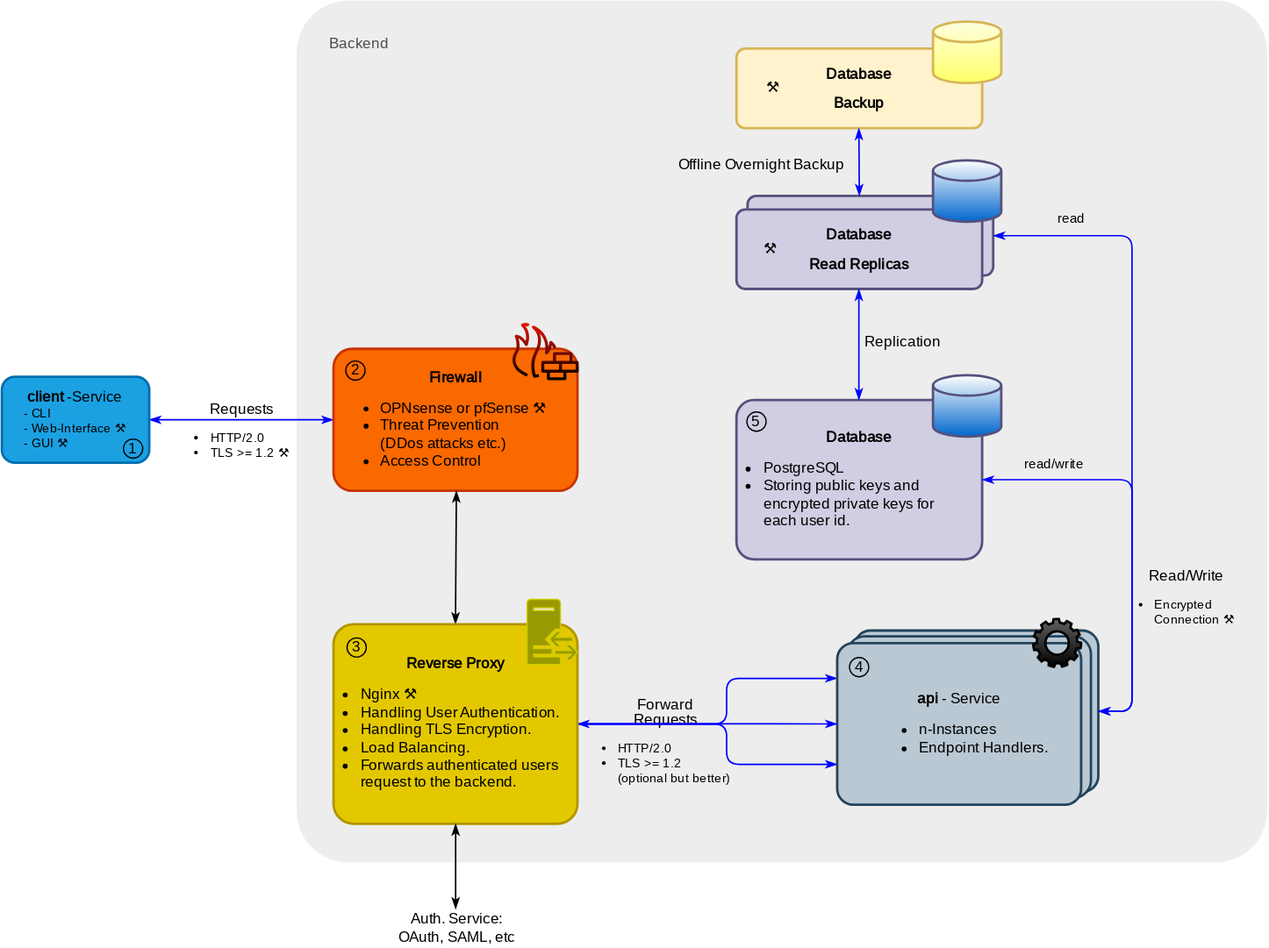
The draw.io diagram docs/assets/deployment.drawio.svg in gabyx/ki-kist, before a commit. Source tidied: cells renumbered, new cells last; positions are measured from the earlier drawing's top-left corner, leaving out a move shared by most shapes.
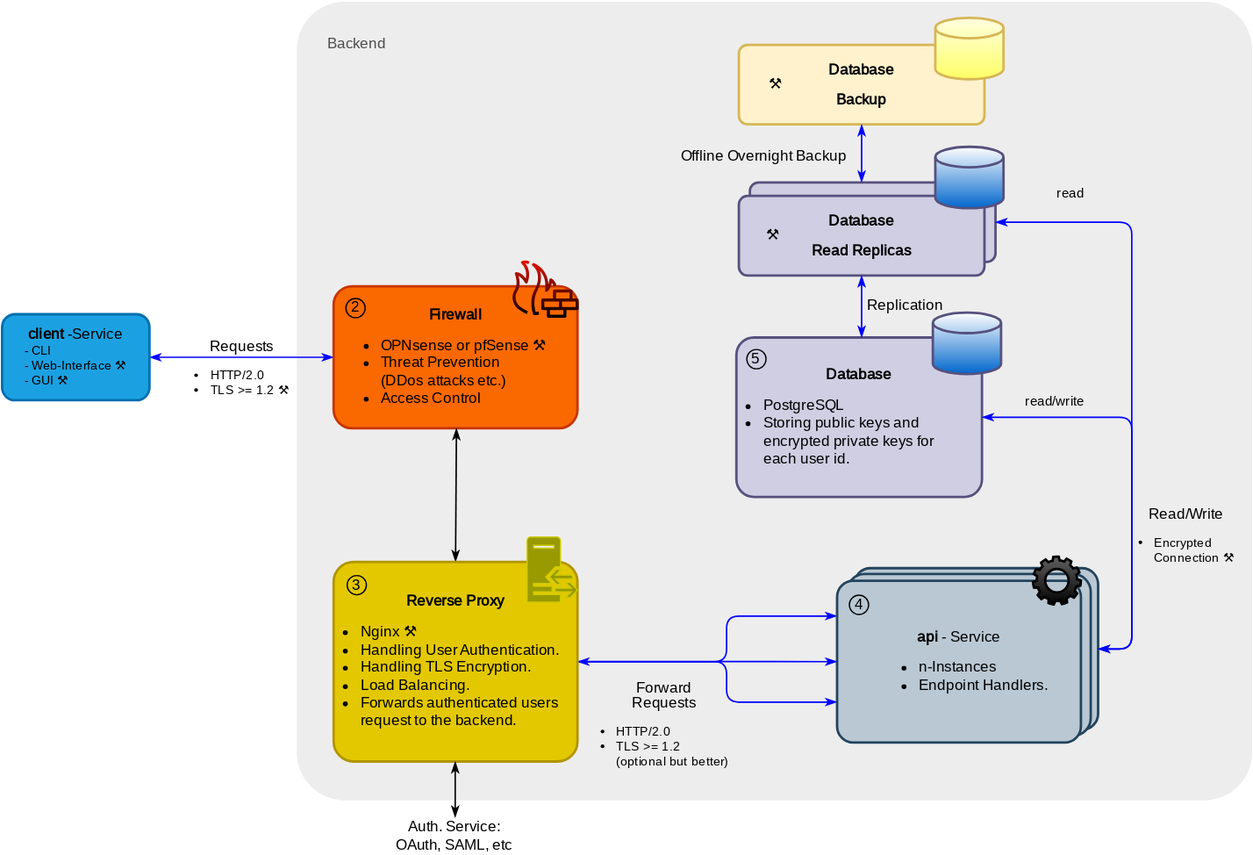
The same file after the commit.

What changed in the source:
```diff
@@ -3,10 +3,10 @@
     <mxCell id="0" />
     <mxCell id="1" parent="0" />
     <mxCell id="2" style="rounded=1;whiteSpace=wrap;html=1;strokeWidth=2;fontFamily=Fira Sans;fontSource=https%3A%2F%2Ffonts.googleapis.com%2Fcss%3Ffamily%3DFira%2BSans;fontSize=10;fillColor=#EDEDED;strokeColor=none;arcSize=6;" parent="1" vertex="1">
-      <mxGeometry x="240" width="790" height="702" as="geometry" />
+      <mxGeometry x="240" y="52" width="778" height="650" as="geometry" />
     </mxCell>
     <mxCell id="3" value="&lt;p style=&quot;line-height: 100%;&quot;&gt;&lt;span style=&quot;font-family: &amp;quot;Fira Sans&amp;quot;; text-align: left; background-color: initial;&quot;&gt;&lt;b&gt;Database&lt;/b&gt;&lt;/span&gt;&lt;/p&gt;&lt;p style=&quot;line-height: 100%;&quot;&gt;&lt;span style=&quot;font-family: &amp;quot;Fira Sans&amp;quot;; text-align: left; background-color: initial;&quot;&gt;&lt;b&gt;Replicas&lt;/b&gt;&lt;/span&gt;&lt;/p&gt;&lt;p&gt;&lt;/p&gt;" style="rounded=1;whiteSpace=wrap;html=1;strokeWidth=2;fillColor=#d0cee2;strokeColor=#56517e;spacing=10;arcSize=11;fontFamily=Fira Sans;fontSource=https%3A%2F%2Ffonts.googleapis.com%2Fcss%3Ffamily%3DFira%2BSans;" parent="1" vertex="1">
-      <mxGeometry x="607" y="159" width="200" height="64.8" as="geometry" />
+      <mxGeometry x="609" y="199" width="200" height="64.8" as="geometry" />
     </mxCell>
     <mxCell id="4" value="&lt;font style=&quot;font-size: 12px;&quot;&gt;&lt;p style=&quot;border-color: var(--border-color); line-height: 12px;&quot;&gt;&lt;font style=&quot;border-color: var(--border-color); font-size: 12px;&quot; face=&quot;Fira Sans&quot;&gt;Requests&lt;/font&gt;&lt;/p&gt;&lt;div style=&quot;border-color: var(--border-color); text-align: left; font-size: 10px;&quot;&gt;&lt;ul style=&quot;border-color: var(--border-color); padding-left: 10pt;&quot;&gt;&lt;li&gt;HTTP/2.0&lt;br&gt;&lt;/li&gt;&lt;li style=&quot;border-color: var(--border-color);&quot;&gt;&lt;font style=&quot;border-color: var(--border-color); font-size: 10px;&quot; face=&quot;Fira Sans&quot;&gt;TLS &amp;gt;= 1.2 ⚒&amp;nbsp;&lt;/font&gt;&lt;/li&gt;&lt;/ul&gt;&lt;/div&gt;&lt;/font&gt;" style="edgeStyle=elbowEdgeStyle;html=1;exitX=1;exitY=0.5;exitDx=0;exitDy=0;entryX=0;entryY=0.5;entryDx=0;entryDy=0;startArrow=classicThin;startFill=1;endArrow=classicThin;endFill=1;strokeWidth=1.2;fontFamily=Fira Sans;fontSource=https%3A%2F%2Ffonts.googleapis.com%2Fcss%3Ffamily%3DFira%2BSans;strokeColor=#0000FF;labelBackgroundColor=none;" parent="1" edge="1" source="5" target="8">
       <mxGeometry y="-8" relative="1" as="geometry">
@@ -19,7 +19,7 @@
       <mxGeometry y="306.3" width="120" height="70" as="geometry" />
     </mxCell>
     <mxCell id="6" value="&lt;font style=&quot;font-size: 12px;&quot;&gt;&lt;p style=&quot;border-color: var(--border-color); line-height: 12px;&quot;&gt;&lt;font style=&quot;border-color: var(--border-color); font-size: 12px;&quot; face=&quot;Fira Sans&quot;&gt;Forward&lt;br&gt;&lt;/font&gt;Requests&lt;/p&gt;&lt;div style=&quot;border-color: var(--border-color); text-align: left; font-size: 10px;&quot;&gt;&lt;ul style=&quot;border-color: var(--border-color); padding-left: 10pt;&quot;&gt;&lt;li&gt;HTTP/2.0&lt;br&gt;&lt;/li&gt;&lt;li style=&quot;border-color: var(--border-color);&quot;&gt;&lt;font style=&quot;border-color: var(--border-color); font-size: 10px;&quot; face=&quot;Fira Sans&quot;&gt;TLS &amp;gt;= 1.2 &lt;br&gt;(optional but better)&lt;/font&gt;&lt;/li&gt;&lt;/ul&gt;&lt;/div&gt;&lt;/font&gt;" style="edgeStyle=elbowEdgeStyle;html=1;exitX=1;exitY=0.5;exitDx=0;exitDy=0;startArrow=classicThin;startFill=1;endArrow=classicThin;endFill=1;strokeWidth=1.2;fontFamily=Fira Sans;fontSource=https%3A%2F%2Ffonts.googleapis.com%2Fcss%3Ffamily%3DFira%2BSans;labelBackgroundColor=none;strokeColor=#0000FF;" parent="1" edge="1">
-      <mxGeometry x="-0.43" y="-13" relative="1" as="geometry">
+      <mxGeometry x="-0.43" y="-50" relative="1" as="geometry">
         <mxPoint x="468.6" y="589.1" as="sourcePoint" />
         <mxPoint x="680" y="552" as="targetPoint" />
         <Array as="points">
@@ -59,7 +59,7 @@
       <mxGeometry x="-79" y="23" width="15.7" height="15.7" as="geometry" />
     </mxCell>
     <mxCell id="16" value="Backend" style="text;html=1;strokeColor=none;fillColor=none;align=center;verticalAlign=middle;whiteSpace=wrap;rounded=0;strokeWidth=2;fontFamily=Fira Sans;fontSource=https%3A%2F%2Ffonts.googleapis.com%2Fcss%3Ffamily%3DFira%2BSans;fontSize=12;fontColor=#4D4D4D;" parent="1" vertex="1">
-      <mxGeometry x="261" y="20" width="60" height="30" as="geometry" />
+      <mxGeometry x="258.8" y="71" width="60" height="30" as="geometry" />
     </mxCell>
     <mxCell id="17" value="&lt;font style=&quot;font-size: 12px;&quot;&gt;&lt;p style=&quot;border-color: var(--border-color); line-height: 12px;&quot;&gt;&lt;br&gt;&lt;/p&gt;&lt;/font&gt;" style="edgeStyle=elbowEdgeStyle;html=1;entryX=0;entryY=0.75;entryDx=0;entryDy=0;startArrow=none;startFill=0;endArrow=classicThin;endFill=1;strokeWidth=1.2;fontFamily=Fira Sans;fontSource=https%3A%2F%2Ffonts.googleapis.com%2Fcss%3Ffamily%3DFira%2BSans;labelBackgroundColor=none;strokeColor=#0000FF;exitX=1;exitY=0.5;exitDx=0;exitDy=0;" parent="1" edge="1" source="37" target="21">
       <mxGeometry x="0.31" y="-61" relative="1" as="geometry">
@@ -98,14 +98,11 @@
         <mxPoint x="-8" y="-12" as="offset" />
       </mxGeometry>
     </mxCell>
-    <mxCell id="26" value="1" style="ellipse;whiteSpace=wrap;html=1;labelBackgroundColor=none;strokeWidth=1;fontFamily=Fira Sans;fontSource=https%3A%2F%2Ffonts.googleapis.com%2Fcss%3Ffamily%3DFira%2BSans;fontSize=12;fillColor=none;" parent="1" vertex="1">
-      <mxGeometry x="99" y="357" width="15.7" height="15.7" as="geometry" />
-    </mxCell>
     <mxCell id="27" value="&lt;p style=&quot;line-height: 100%;&quot;&gt;&lt;span style=&quot;font-family: &amp;quot;Fira Sans&amp;quot;; text-align: left; background-color: initial;&quot;&gt;&lt;b&gt;Database&lt;/b&gt;&lt;/span&gt;&lt;/p&gt;&lt;p style=&quot;line-height: 100%;&quot;&gt;&lt;span style=&quot;font-family: &amp;quot;Fira Sans&amp;quot;; text-align: left; background-color: initial;&quot;&gt;&lt;b&gt;Backup&lt;/b&gt;&lt;/span&gt;&lt;/p&gt;&lt;p&gt;&lt;/p&gt;" style="rounded=1;whiteSpace=wrap;html=1;strokeWidth=2;fillColor=#fff2cc;strokeColor=#d6b656;spacing=10;arcSize=11;fontFamily=Fira Sans;fontSource=https%3A%2F%2Ffonts.googleapis.com%2Fcss%3Ffamily%3DFira%2BSans;" parent="1" vertex="1">
-      <mxGeometry x="598" y="39" width="200" height="64.8" as="geometry" />
+      <mxGeometry x="600" y="87" width="200" height="64.8" as="geometry" />
     </mxCell>
     <mxCell id="28" value="&lt;p style=&quot;line-height: 100%;&quot;&gt;&lt;span style=&quot;font-family: &amp;quot;Fira Sans&amp;quot;; text-align: left; background-color: initial;&quot;&gt;&lt;b&gt;Database&lt;/b&gt;&lt;/span&gt;&lt;/p&gt;&lt;p style=&quot;line-height: 100%;&quot;&gt;&lt;span style=&quot;font-family: &amp;quot;Fira Sans&amp;quot;; text-align: left; background-color: initial;&quot;&gt;&lt;b&gt;Read Replicas&lt;/b&gt;&lt;/span&gt;&lt;/p&gt;&lt;p&gt;&lt;/p&gt;" style="rounded=1;whiteSpace=wrap;html=1;strokeWidth=2;fillColor=#d0cee2;strokeColor=#56517e;spacing=10;arcSize=11;fontFamily=Fira Sans;fontSource=https%3A%2F%2Ffonts.googleapis.com%2Fcss%3Ffamily%3DFira%2BSans;" parent="1" vertex="1">
-      <mxGeometry x="598" y="170" width="200" height="64.8" as="geometry" />
+      <mxGeometry x="600" y="210" width="200" height="64.8" as="geometry" />
     </mxCell>
     <mxCell id="29" value="&lt;font style=&quot;font-size: 12px;&quot;&gt;&lt;p style=&quot;border-color: var(--border-color); line-height: 12px;&quot;&gt;&lt;br&gt;&lt;/p&gt;&lt;/font&gt;" style="edgeStyle=elbowEdgeStyle;html=1;startArrow=classicThin;startFill=1;endArrow=classicThin;endFill=1;strokeWidth=1.2;fontFamily=Fira Sans;fontSource=https%3A%2F%2Ffonts.googleapis.com%2Fcss%3Ffamily%3DFira%2BSans;labelBackgroundColor=none;strokeColor=#0000FF;exitX=1;exitY=0.5;exitDx=0;exitDy=0;entryX=1;entryY=0.5;entryDx=0;entryDy=0;" parent="1" edge="1" source="19" target="3">
       <mxGeometry x="0.12" y="-32" relative="1" as="geometry">
@@ -123,21 +120,21 @@
       <mxGeometry x="0.06" y="-35" relative="1" as="geometry" />
     </mxCell>
     <mxCell id="32" style="strokeWidth=2;html=1;shape=mxgraph.flowchart.database;whiteSpace=wrap;labelBackgroundColor=none;labelBorderColor=none;fontColor=default;gradientColor=#0066CC;strokeColor=#56517E;" parent="1" vertex="1">
-      <mxGeometry x="758" y="130" width="55.5" height="50" as="geometry" />
+      <mxGeometry x="760" y="170" width="55.5" height="50" as="geometry" />
     </mxCell>
     <mxCell id="33" value="&lt;font style=&quot;&quot;&gt;&lt;p style=&quot;border-color: var(--border-color); line-height: 12px;&quot;&gt;&lt;span style=&quot;background-color: initial; text-align: left; font-size: 12px;&quot;&gt;Offline Overnight Backup&lt;/span&gt;&lt;/p&gt;&lt;/font&gt;" style="edgeStyle=elbowEdgeStyle;html=1;startArrow=classicThin;startFill=1;endArrow=classicThin;endFill=1;strokeWidth=1.2;fontFamily=Fira Sans;fontSource=https%3A%2F%2Ffonts.googleapis.com%2Fcss%3Ffamily%3DFira%2BSans;labelBackgroundColor=none;strokeColor=#0000FF;" parent="1" edge="1" target="27">
       <mxGeometry x="-0.06" y="80" relative="1" as="geometry">
-        <mxPoint x="698" y="159" as="sourcePoint" />
+        <mxPoint x="700" y="199" as="sourcePoint" />
       </mxGeometry>
     </mxCell>
     <mxCell id="34" style="strokeWidth=2;html=1;shape=mxgraph.flowchart.database;whiteSpace=wrap;labelBackgroundColor=none;labelBorderColor=none;strokeColor=#d6b656;fillColor=#FEFFE0;gradientColor=#FFFF66;" parent="1" vertex="1">
-      <mxGeometry x="758" y="17" width="55.5" height="50" as="geometry" />
+      <mxGeometry x="760" y="65" width="55.5" height="50" as="geometry" />
     </mxCell>
     <mxCell id="35" value="&lt;span style=&quot;text-align: left;&quot;&gt;⚒&lt;/span&gt;" style="text;html=1;strokeColor=none;fillColor=none;align=center;verticalAlign=middle;whiteSpace=wrap;rounded=0;labelBackgroundColor=none;fontFamily=Fira Sans;fontSource=https%3A%2F%2Ffonts.googleapis.com%2Fcss%3Ffamily%3DFira%2BSans;" parent="1" vertex="1">
-      <mxGeometry x="596" y="187.4" width="60" height="30" as="geometry" />
+      <mxGeometry x="598" y="227.4" width="60" height="30" as="geometry" />
     </mxCell>
     <mxCell id="36" value="&lt;span style=&quot;text-align: left;&quot;&gt;⚒&lt;/span&gt;" style="text;html=1;strokeColor=none;fillColor=none;align=center;verticalAlign=middle;whiteSpace=wrap;rounded=0;labelBackgroundColor=none;fontFamily=Fira Sans;fontSource=https%3A%2F%2Ffonts.googleapis.com%2Fcss%3Ffamily%3DFira%2BSans;" parent="1" vertex="1">
-      <mxGeometry x="598" y="56.4" width="60" height="30" as="geometry" />
+      <mxGeometry x="600" y="104.4" width="60" height="30" as="geometry" />
     </mxCell>
     <mxCell id="37" value="&lt;p style=&quot;line-height: 100%;&quot;&gt;&lt;font face=&quot;Fira Sans&quot;&gt;&lt;b&gt;&lt;font&gt;Reverse Proxy&lt;/font&gt;&lt;/b&gt;&lt;/font&gt;&lt;/p&gt;&lt;div style=&quot;text-align: left;&quot;&gt;&lt;ul style=&quot;padding-left:10pt&quot;&gt;&lt;li&gt;&lt;font face=&quot;Fira Sans&quot;&gt;Nginx ⚒&amp;nbsp;&lt;/font&gt;&lt;/li&gt;&lt;li&gt;&lt;font face=&quot;Fira Sans&quot;&gt;Handling User Authentication.&lt;/font&gt;&lt;/li&gt;&lt;li&gt;&lt;font face=&quot;Fira Sans&quot;&gt;Handling TLS Encryption.&lt;/font&gt;&lt;/li&gt;&lt;li&gt;&lt;font face=&quot;Fira Sans&quot;&gt;Load Balancing.&lt;/font&gt;&lt;/li&gt;&lt;li&gt;&lt;font face=&quot;Fira Sans&quot;&gt;Forwards authenticated users request to the backend.&lt;/font&gt;&lt;/li&gt;&lt;/ul&gt;&lt;/div&gt;&lt;p&gt;&lt;/p&gt;" style="rounded=1;whiteSpace=wrap;html=1;strokeWidth=2;fillColor=#e3c800;strokeColor=#B09500;spacing=10;arcSize=10;fontFamily=Fira Sans;fontSource=https%3A%2F%2Ffonts.googleapis.com%2Fcss%3Ffamily%3DFira%2BSans;fontColor=#000000;" parent="1" vertex="1">
       <mxGeometry x="270" y="507.9" width="198.6" height="162.5" as="geometry" />
@@ -157,7 +154,7 @@
       <mxGeometry x="281" y="519" width="15.7" height="15.7" as="geometry" />
     </mxCell>
     <mxCell id="41" value="Auth. Service: OAuth, SAML, etc" style="text;html=1;strokeColor=none;fillColor=none;align=center;verticalAlign=middle;whiteSpace=wrap;rounded=0;labelBackgroundColor=none;fontFamily=Fira Sans;fontSource=https%3A%2F%2Ffonts.googleapis.com%2Fcss%3Ffamily%3DFira%2BSans;" parent="1" vertex="1">
-      <mxGeometry x="321" y="740" width="99" height="30" as="geometry" />
+      <mxGeometry x="318.8" y="716" width="99" height="30" as="geometry" />
     </mxCell>
     <mxCell id="42" value="&lt;font style=&quot;font-size: 12px;&quot;&gt;&lt;p style=&quot;border-color: var(--border-color); background-color: rgb(251, 251, 251); line-height: 12px;&quot;&gt;&lt;br&gt;&lt;/p&gt;&lt;/font&gt;" style="edgeStyle=elbowEdgeStyle;html=1;startArrow=classicThin;startFill=1;endArrow=classicThin;endFill=1;strokeWidth=1.2;fontFamily=Fira Sans;fontSource=https%3A%2F%2Ffonts.googleapis.com%2Fcss%3Ffamily%3DFira%2BSans;entryX=0.5;entryY=1;entryDx=0;entryDy=0;" parent="1" edge="1" source="41" target="37">
       <mxGeometry relative="1" as="geometry" />
```
